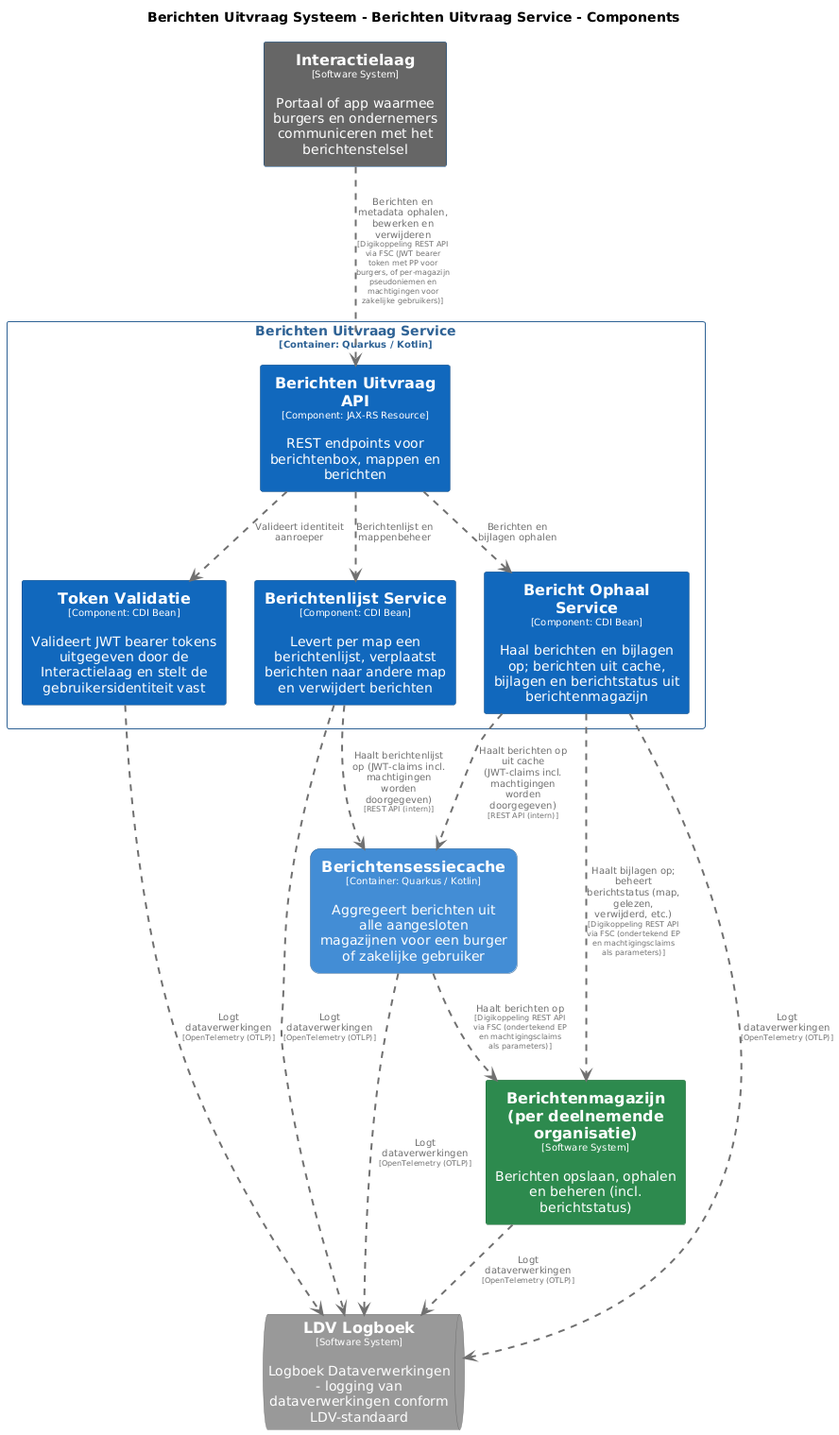
Before: pr-preview/pr-22/master/png/BerichtenUitvraagServiceComponenten.png, a diagram exported from PlantUML (MinBZK/moza-poc-fbs-berichtenbox).
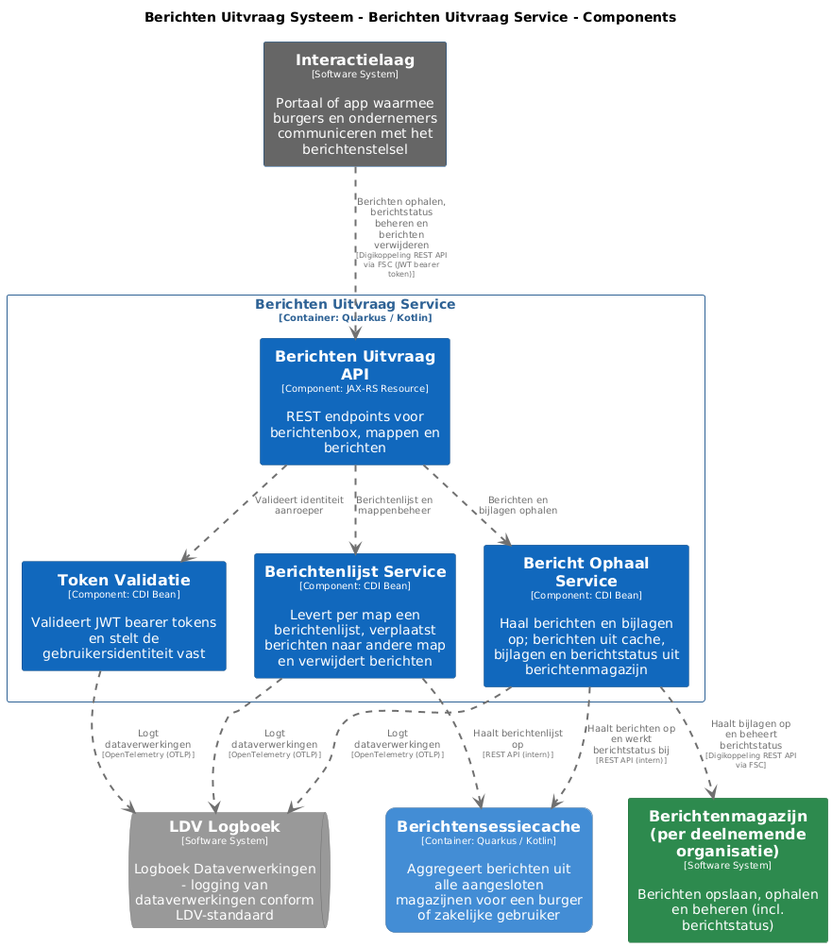
Above is the later version.

What changed in the source:
```diff
@@ -77,22 +77,19 @@
 
 rectangle "Berichten Uitvraag Service\n<size:10>[Container: Quarkus / Kotlin]</size>" <<BerichtenUitvraagSysteem.BerichtenUitvraagService>> {
   rectangle "==Berichten Uitvraag API\n<size:10>[Component: JAX-RS Resource]</size>\n\nREST endpoints voor berichtenbox, mappen en berichten" <<BerichtenUitvraagSysteem.BerichtenUitvraagService.BerichtenUitvraagAPI>> as BerichtenUitvraagSysteem.BerichtenUitvraagService.BerichtenUitvraagAPI
-  rectangle "==Token Validatie\n<size:10>[Component: CDI Bean]</size>\n\nValideert JWT bearer tokens uitgegeven door de Interactielaag en stelt de gebruikersidentiteit vast" <<BerichtenUitvraagSysteem.BerichtenUitvraagService.TokenValidatie>> as BerichtenUitvraagSysteem.BerichtenUitvraagService.TokenValidatie
+  rectangle "==Token Validatie\n<size:10>[Component: CDI Bean]</size>\n\nValideert JWT bearer tokens en stelt de gebruikersidentiteit vast" <<BerichtenUitvraagSysteem.BerichtenUitvraagService.TokenValidatie>> as BerichtenUitvraagSysteem.BerichtenUitvraagService.TokenValidatie
   rectangle "==Berichtenlijst Service\n<size:10>[Component: CDI Bean]</size>\n\nLevert per map een berichtenlijst, verplaatst berichten naar andere map en verwijdert berichten" <<BerichtenUitvraagSysteem.BerichtenUitvraagService.BerichtenlijstService>> as BerichtenUitvraagSysteem.BerichtenUitvraagService.BerichtenlijstService
   rectangle "==Bericht Ophaal Service\n<size:10>[Component: CDI Bean]</size>\n\nHaal berichten en bijlagen op; berichten uit cache, bijlagen en berichtstatus uit berichtenmagazijn" <<BerichtenUitvraagSysteem.BerichtenUitvraagService.BerichtOphaalService>> as BerichtenUitvraagSysteem.BerichtenUitvraagService.BerichtOphaalService
 }
 
-BerichtenUitvraagSysteem.Berichtensessiecache .[#707070,thickness=2].> Berichtenmagazijnperdeelnemendeorganisatie : "<color:#707070>Haalt berichten op\n<color:#707070><size:8>[Digikoppeling REST API via FSC (ondertekend EP en machtigingsclaims als parameters)]</size>"
-Berichtenmagazijnperdeelnemendeorganisatie .[#707070,thickness=2].> LDVLogboek : "<color:#707070>Logt dataverwerkingen\n<color:#707070><size:8>[OpenTelemetry (OTLP)]</size>"
-BerichtenUitvraagSysteem.Berichtensessiecache .[#707070,thickness=2].> LDVLogboek : "<color:#707070>Logt dataverwerkingen\n<color:#707070><size:8>[OpenTelemetry (OTLP)]</size>"
 BerichtenUitvraagSysteem.BerichtenUitvraagService.TokenValidatie .[#707070,thickness=2].> LDVLogboek : "<color:#707070>Logt dataverwerkingen\n<color:#707070><size:8>[OpenTelemetry (OTLP)]</size>"
 BerichtenUitvraagSysteem.BerichtenUitvraagService.BerichtenlijstService .[#707070,thickness=2].> LDVLogboek : "<color:#707070>Logt dataverwerkingen\n<color:#707070><size:8>[OpenTelemetry (OTLP)]</size>"
 BerichtenUitvraagSysteem.BerichtenUitvraagService.BerichtOphaalService .[#707070,thickness=2].> LDVLogboek : "<color:#707070>Logt dataverwerkingen\n<color:#707070><size:8>[OpenTelemetry (OTLP)]</size>"
 BerichtenUitvraagSysteem.BerichtenUitvraagService.BerichtenUitvraagAPI .[#707070,thickness=2].> BerichtenUitvraagSysteem.BerichtenUitvraagService.TokenValidatie : "<color:#707070>Valideert identiteit aanroeper"
 BerichtenUitvraagSysteem.BerichtenUitvraagService.BerichtenUitvraagAPI .[#707070,thickness=2].> BerichtenUitvraagSysteem.BerichtenUitvraagService.BerichtenlijstService : "<color:#707070>Berichtenlijst en mappenbeheer"
 BerichtenUitvraagSysteem.BerichtenUitvraagService.BerichtenUitvraagAPI .[#707070,thickness=2].> BerichtenUitvraagSysteem.BerichtenUitvraagService.BerichtOphaalService : "<color:#707070>Berichten en bijlagen ophalen"
-BerichtenUitvraagSysteem.BerichtenUitvraagService.BerichtOphaalService .[#707070,thickness=2].> BerichtenUitvraagSysteem.Berichtensessiecache : "<color:#707070>Haalt berichten op uit cache (JWT-claims incl. machtigingen worden doorgegeven)\n<color:#707070><size:8>[REST API (intern)]</size>"
-BerichtenUitvraagSysteem.BerichtenUitvraagService.BerichtenlijstService .[#707070,thickness=2].> BerichtenUitvraagSysteem.Berichtensessiecache : "<color:#707070>Haalt berichtenlijst op (JWT-claims incl. machtigingen worden doorgegeven)\n<color:#707070><size:8>[REST API (intern)]</size>"
-Interactielaag .[#707070,thickness=2].> BerichtenUitvraagSysteem.BerichtenUitvraagService.BerichtenUitvraagAPI : "<color:#707070>Berichten en metadata ophalen, bewerken en verwijderen\n<color:#707070><size:8>[Digikoppeling REST API via FSC (JWT bearer token met PP voor burgers, of per-magazijn pseudoniemen en machtigingen voor zakelijke gebruikers)]</size>"
-BerichtenUitvraagSysteem.BerichtenUitvraagService.BerichtOphaalService .[#707070,thickness=2].> Berichtenmagazijnperdeelnemendeorganisatie : "<color:#707070>Haalt bijlagen op; beheert berichtstatus (map, gelezen, verwijderd, etc.)\n<color:#707070><size:8>[Digikoppeling REST API via FSC (ondertekend EP en machtigingsclaims als parameters)]</size>"
+BerichtenUitvraagSysteem.BerichtenUitvraagService.BerichtOphaalService .[#707070,thickness=2].> BerichtenUitvraagSysteem.Berichtensessiecache : "<color:#707070>Haalt berichten op en werkt berichtstatus bij\n<color:#707070><size:8>[REST API (intern)]</size>"
+BerichtenUitvraagSysteem.BerichtenUitvraagService.BerichtenlijstService .[#707070,thickness=2].> BerichtenUitvraagSysteem.Berichtensessiecache : "<color:#707070>Haalt berichtenlijst op\n<color:#707070><size:8>[REST API (intern)]</size>"
+Interactielaag .[#707070,thickness=2].> BerichtenUitvraagSysteem.BerichtenUitvraagService.BerichtenUitvraagAPI : "<color:#707070>Berichten ophalen, berichtstatus beheren en berichten verwijderen\n<color:#707070><size:8>[Digikoppeling REST API via FSC (JWT bearer token)]</size>"
+BerichtenUitvraagSysteem.BerichtenUitvraagService.BerichtOphaalService .[#707070,thickness=2].> Berichtenmagazijnperdeelnemendeorganisatie : "<color:#707070>Haalt bijlagen op en beheert berichtstatus\n<color:#707070><size:8>[Digikoppeling REST API via FSC]</size>"
 @enduml
```
